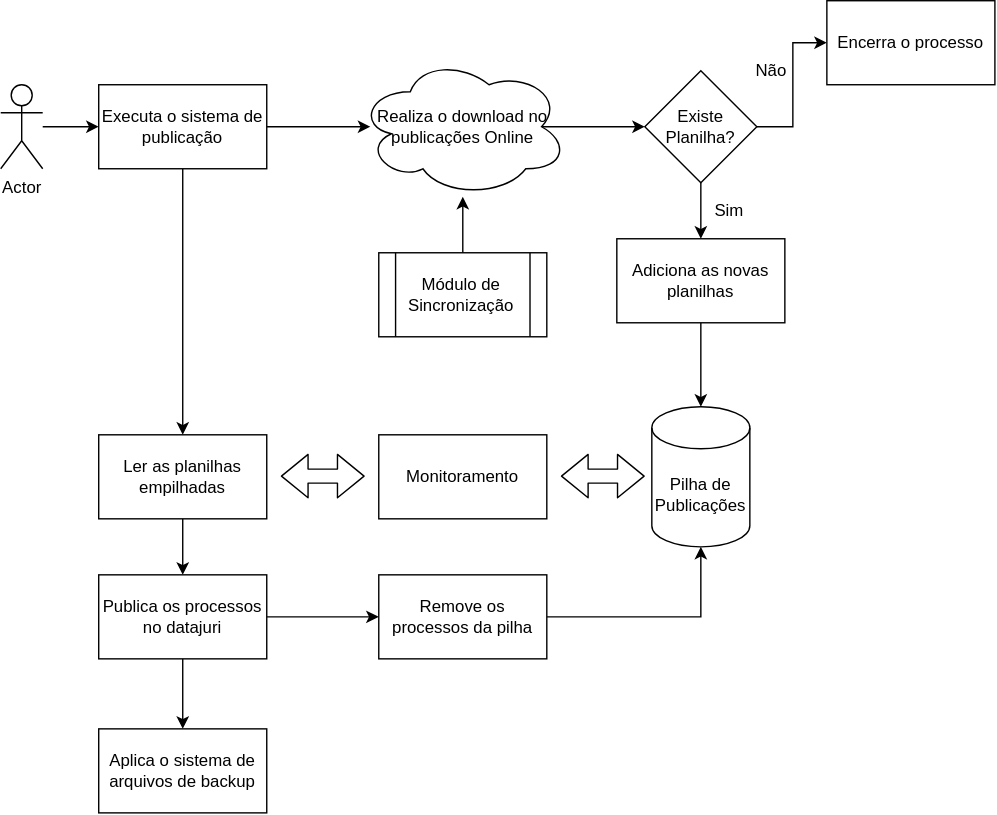
This is Publicador.svg from AllenHichard/machine-learning-image, a draw.io export, as it was before one commit. Source tidied: cells renumbered, new cells last; positions are measured from the earlier drawing's top-left corner, leaving out a move shared by most shapes. Its diagram source:
```xml
<mxGraphModel>
  <root>
    <mxCell id="0" />
    <mxCell id="1" parent="0" />
    <mxCell id="2" style="edgeStyle=orthogonalEdgeStyle;rounded=0;jettySize=auto;html=1;" parent="1" edge="1" source="3" target="6">
      <mxGeometry relative="1" as="geometry" />
    </mxCell>
    <mxCell id="3" value="Actor" style="shape=umlActor;verticalLabelPosition=bottom;verticalAlign=top;html=1;outlineConnect=0;" parent="1" vertex="1">
      <mxGeometry y="60" width="30" height="60" as="geometry" />
    </mxCell>
    <mxCell id="4" style="edgeStyle=orthogonalEdgeStyle;rounded=0;jettySize=auto;html=1;" parent="1" edge="1" source="6">
      <mxGeometry relative="1" as="geometry">
        <mxPoint x="264" y="90" as="targetPoint" />
      </mxGeometry>
    </mxCell>
    <mxCell id="5" style="edgeStyle=elbowEdgeStyle;rounded=0;jettySize=auto;html=1;" parent="1" edge="1" source="6" target="16">
      <mxGeometry relative="1" as="geometry" />
    </mxCell>
    <mxCell id="6" value="Executa o sistema de publicação" style="whiteSpace=wrap;html=1;verticalAlign=middle;" parent="1" vertex="1">
      <mxGeometry x="70" y="60" width="120" height="60" as="geometry" />
    </mxCell>
    <mxCell id="7" style="edgeStyle=orthogonalEdgeStyle;rounded=0;jettySize=auto;html=1;" parent="1" edge="1" target="10">
      <mxGeometry relative="1" as="geometry">
        <mxPoint x="384" y="90" as="sourcePoint" />
      </mxGeometry>
    </mxCell>
    <mxCell id="8" style="edgeStyle=elbowEdgeStyle;rounded=0;jettySize=auto;html=1;entryX=0;entryY=0.5;entryDx=0;entryDy=0;" parent="1" edge="1" source="10" target="11">
      <mxGeometry relative="1" as="geometry" />
    </mxCell>
    <mxCell id="9" style="edgeStyle=elbowEdgeStyle;rounded=0;jettySize=auto;html=1;exitX=0.5;exitY=1;exitDx=0;exitDy=0;entryX=0.5;entryY=0;entryDx=0;entryDy=0;" parent="1" edge="1" source="10" target="18">
      <mxGeometry relative="1" as="geometry" />
    </mxCell>
    <mxCell id="10" value="Existe Planilha?" style="rhombus;whiteSpace=wrap;html=1;" parent="1" vertex="1">
      <mxGeometry x="460" y="50" width="80" height="80" as="geometry" />
    </mxCell>
    <mxCell id="11" value="Encerra o processo" style="rounded=0;whiteSpace=wrap;html=1;verticalAlign=middle;" parent="1" vertex="1">
      <mxGeometry x="590" width="120" height="60" as="geometry" />
    </mxCell>
    <mxCell id="12" value="Não" style="text;html=1;align=center;verticalAlign=middle;strokeColor=none;" parent="1" vertex="1">
      <mxGeometry x="530" y="40" width="40" height="20" as="geometry" />
    </mxCell>
    <mxCell id="13" value="&lt;span&gt;Realiza o download no publicações Online&lt;/span&gt;" style="ellipse;shape=cloud;whiteSpace=wrap;html=1;verticalAlign=middle;" parent="1" vertex="1">
      <mxGeometry x="255" y="40" width="150" height="100" as="geometry" />
    </mxCell>
    <mxCell id="14" value="Pilha de Publicações" style="shape=cylinder3;whiteSpace=wrap;html=1;boundedLbl=1;backgroundOutline=1;size=15;verticalAlign=middle;" parent="1" vertex="1">
      <mxGeometry x="465" y="290" width="70" height="100" as="geometry" />
    </mxCell>
    <mxCell id="15" style="edgeStyle=elbowEdgeStyle;rounded=0;jettySize=auto;html=1;" parent="1" edge="1" source="16" target="25">
      <mxGeometry relative="1" as="geometry" />
    </mxCell>
    <mxCell id="16" value="Ler as planilhas empilhadas" style="whiteSpace=wrap;html=1;verticalAlign=middle;" parent="1" vertex="1">
      <mxGeometry x="70" y="310" width="120" height="60" as="geometry" />
    </mxCell>
    <mxCell id="17" style="edgeStyle=elbowEdgeStyle;rounded=0;jettySize=auto;html=1;entryX=0.5;entryY=0;entryDx=0;entryDy=0;entryPerimeter=0;" parent="1" edge="1" source="18" target="14">
      <mxGeometry relative="1" as="geometry" />
    </mxCell>
    <mxCell id="18" value="Adiciona as novas planilhas" style="rounded=0;whiteSpace=wrap;html=1;verticalAlign=middle;" parent="1" vertex="1">
      <mxGeometry x="440" y="170" width="120" height="60" as="geometry" />
    </mxCell>
    <mxCell id="19" value="Monitoramento" style="rounded=0;whiteSpace=wrap;html=1;verticalAlign=middle;" parent="1" vertex="1">
      <mxGeometry x="270" y="310" width="120" height="60" as="geometry" />
    </mxCell>
    <mxCell id="20" style="shape=flexArrow;endArrow=classic;startArrow=classic;html=1;" parent="1" edge="1">
      <mxGeometry relative="1" as="geometry">
        <mxPoint x="400" y="339.5" as="sourcePoint" />
        <mxPoint x="460" y="339.5" as="targetPoint" />
      </mxGeometry>
    </mxCell>
    <mxCell id="21" value="Sim" style="text;html=1;align=center;verticalAlign=middle;strokeColor=none;" parent="1" vertex="1">
      <mxGeometry x="500" y="140" width="40" height="20" as="geometry" />
    </mxCell>
    <mxCell id="22" style="shape=flexArrow;endArrow=classic;startArrow=classic;html=1;" parent="1" edge="1">
      <mxGeometry relative="1" as="geometry">
        <mxPoint x="200" y="339.5" as="sourcePoint" />
        <mxPoint x="260" y="339.5" as="targetPoint" />
      </mxGeometry>
    </mxCell>
    <mxCell id="23" style="edgeStyle=elbowEdgeStyle;rounded=0;jettySize=auto;html=1;" parent="1" edge="1" source="25" target="27">
      <mxGeometry relative="1" as="geometry" />
    </mxCell>
    <mxCell id="24" style="edgeStyle=orthogonalEdgeStyle;rounded=0;jettySize=auto;html=1;" parent="1" edge="1" source="25" target="28">
      <mxGeometry relative="1" as="geometry" />
    </mxCell>
    <mxCell id="25" value="Publica os processos no datajuri" style="rounded=0;whiteSpace=wrap;html=1;verticalAlign=middle;" parent="1" vertex="1">
      <mxGeometry x="70" y="410" width="120" height="60" as="geometry" />
    </mxCell>
    <mxCell id="26" style="edgeStyle=orthogonalEdgeStyle;rounded=0;jettySize=auto;html=1;exitX=1;exitY=0.5;exitDx=0;exitDy=0;entryX=0.5;entryY=1;entryDx=0;entryDy=0;entryPerimeter=0;" parent="1" edge="1" source="27" target="14">
      <mxGeometry relative="1" as="geometry" />
    </mxCell>
    <mxCell id="27" value="Remove os processos da pilha" style="rounded=0;whiteSpace=wrap;html=1;verticalAlign=middle;" parent="1" vertex="1">
      <mxGeometry x="270" y="410" width="120" height="60" as="geometry" />
    </mxCell>
    <mxCell id="28" value="Aplica o sistema de arquivos de backup" style="rounded=0;whiteSpace=wrap;html=1;verticalAlign=middle;" parent="1" vertex="1">
      <mxGeometry x="70" y="520" width="120" height="60" as="geometry" />
    </mxCell>
    <mxCell id="29" style="edgeStyle=orthogonalEdgeStyle;rounded=0;jettySize=auto;html=1;" parent="1" edge="1" source="30" target="13">
      <mxGeometry relative="1" as="geometry" />
    </mxCell>
    <mxCell id="30" value="Módulo de Sincronização" style="shape=process;whiteSpace=wrap;html=1;backgroundOutline=1;verticalAlign=middle;" parent="1" vertex="1">
      <mxGeometry x="270" y="180" width="120" height="60" as="geometry" />
    </mxCell>
  </root>
</mxGraphModel>
```
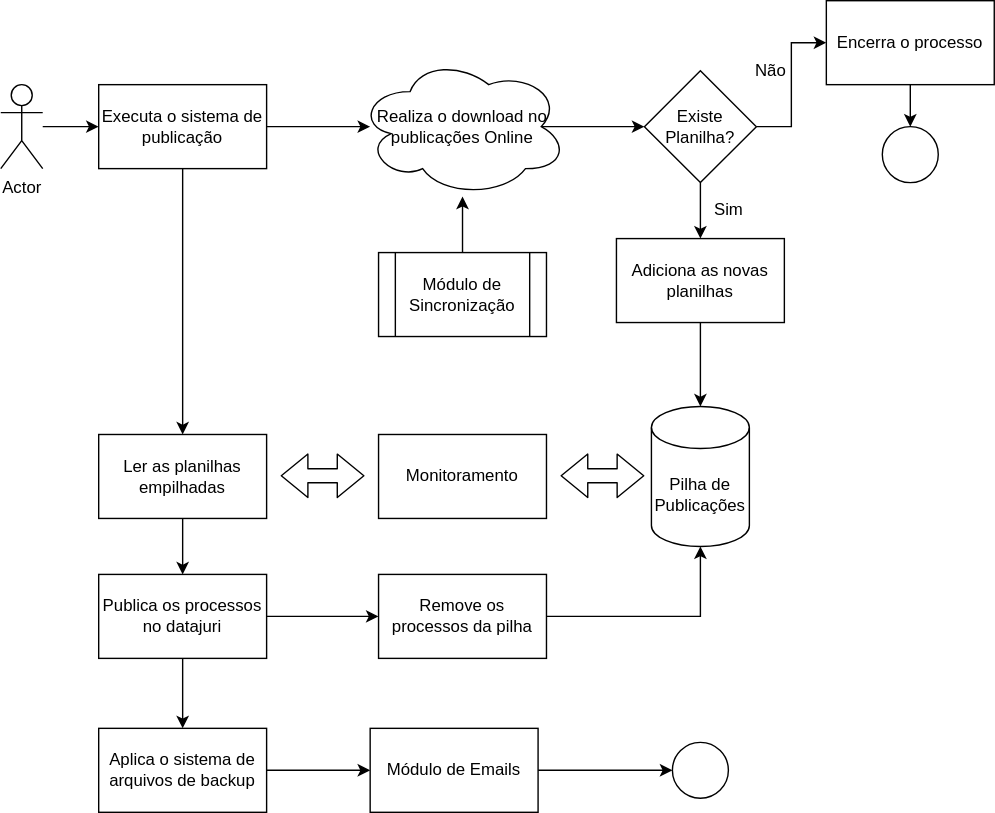
The same diagram one commit later.

Change to the diagram source:
```diff
@@ -33,6 +33,9 @@
     <mxCell id="10" value="Existe Planilha?" style="rhombus;whiteSpace=wrap;html=1;" parent="1" vertex="1">
       <mxGeometry x="460" y="50" width="80" height="80" as="geometry" />
     </mxCell>
+    <mxCell id="31" style="edgeStyle=orthogonalEdgeStyle;rounded=0;jettySize=auto;html=1;" parent="1" edge="1" source="11" target="33">
+      <mxGeometry relative="1" as="geometry" />
+    </mxCell>
     <mxCell id="11" value="Encerra o processo" style="rounded=0;whiteSpace=wrap;html=1;verticalAlign=middle;" parent="1" vertex="1">
       <mxGeometry x="590" width="120" height="60" as="geometry" />
     </mxCell>
@@ -90,6 +93,9 @@
     <mxCell id="27" value="Remove os processos da pilha" style="rounded=0;whiteSpace=wrap;html=1;verticalAlign=middle;" parent="1" vertex="1">
       <mxGeometry x="270" y="410" width="120" height="60" as="geometry" />
     </mxCell>
+    <mxCell id="32" style="edgeStyle=orthogonalEdgeStyle;rounded=0;jettySize=auto;html=1;" parent="1" edge="1" source="28" target="35">
+      <mxGeometry relative="1" as="geometry" />
+    </mxCell>
     <mxCell id="28" value="Aplica o sistema de arquivos de backup" style="rounded=0;whiteSpace=wrap;html=1;verticalAlign=middle;" parent="1" vertex="1">
       <mxGeometry x="70" y="520" width="120" height="60" as="geometry" />
     </mxCell>
@@ -99,5 +105,17 @@
     <mxCell id="30" value="Módulo de Sincronização" style="shape=process;whiteSpace=wrap;html=1;backgroundOutline=1;verticalAlign=middle;" parent="1" vertex="1">
       <mxGeometry x="270" y="180" width="120" height="60" as="geometry" />
     </mxCell>
+    <mxCell id="33" style="ellipse;whiteSpace=wrap;html=1;verticalAlign=middle;" parent="1" vertex="1">
+      <mxGeometry x="630" y="90" width="40" height="40" as="geometry" />
+    </mxCell>
+    <mxCell id="34" style="edgeStyle=orthogonalEdgeStyle;rounded=0;jettySize=auto;html=1;" parent="1" edge="1" source="35" target="36">
+      <mxGeometry relative="1" as="geometry" />
+    </mxCell>
+    <mxCell id="35" value="Módulo de Emails" style="rounded=0;whiteSpace=wrap;html=1;verticalAlign=middle;" parent="1" vertex="1">
+      <mxGeometry x="264" y="520" width="120" height="60" as="geometry" />
+    </mxCell>
+    <mxCell id="36" style="ellipse;whiteSpace=wrap;html=1;verticalAlign=middle;" parent="1" vertex="1">
+      <mxGeometry x="480" y="530" width="40" height="40" as="geometry" />
+    </mxCell>
   </root>
 </mxGraphModel>
```
